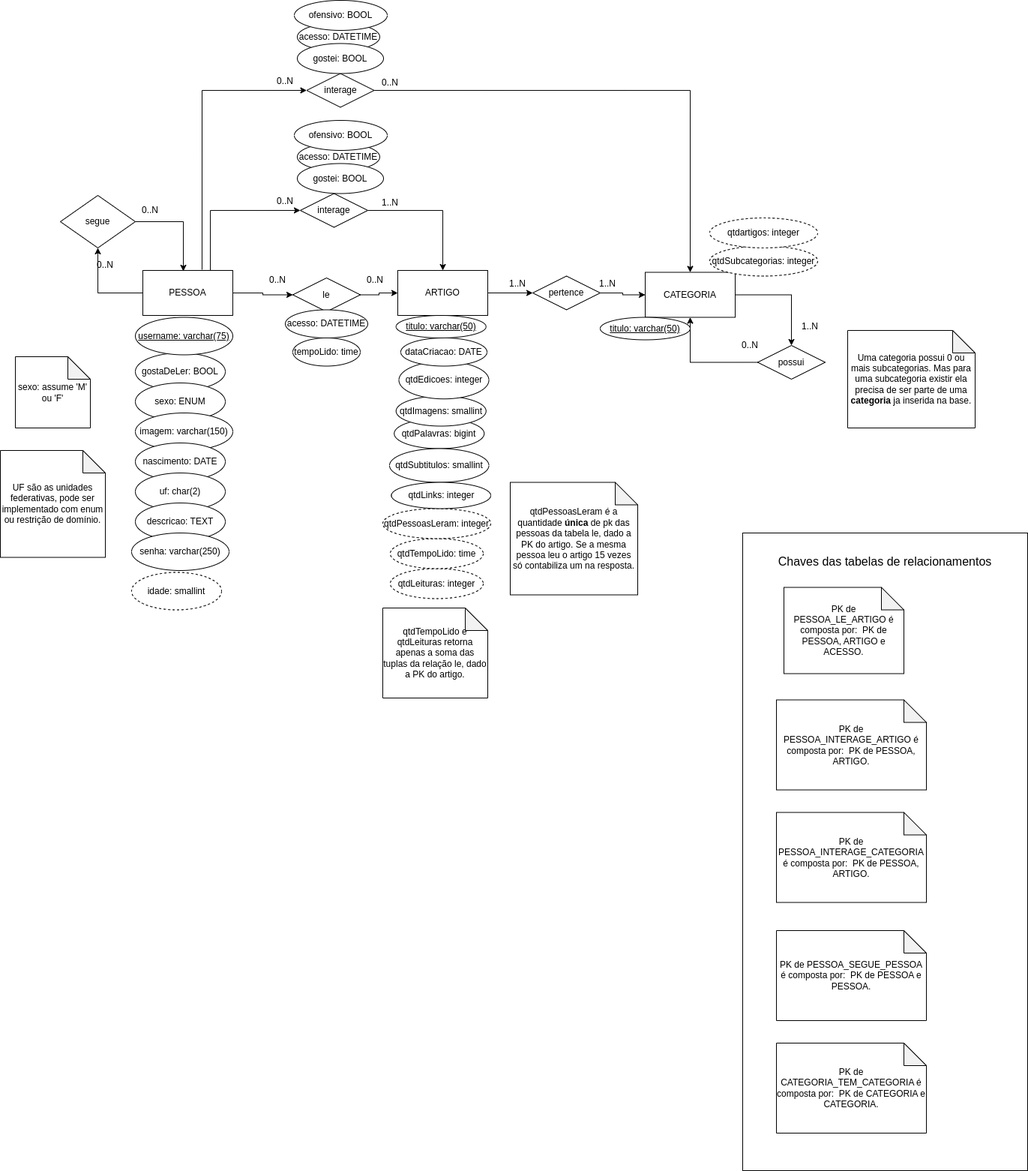
Earlier version of the draw.io export docs/imagens/NAO_DER.drawio.png (UnBParadigmas2022-2/2022.2_G2_Logico_InimigosDaIgnorancia). Source tidied: cells renumbered, new cells last; positions are measured from the earlier drawing's top-left corner, leaving out a move shared by most shapes.
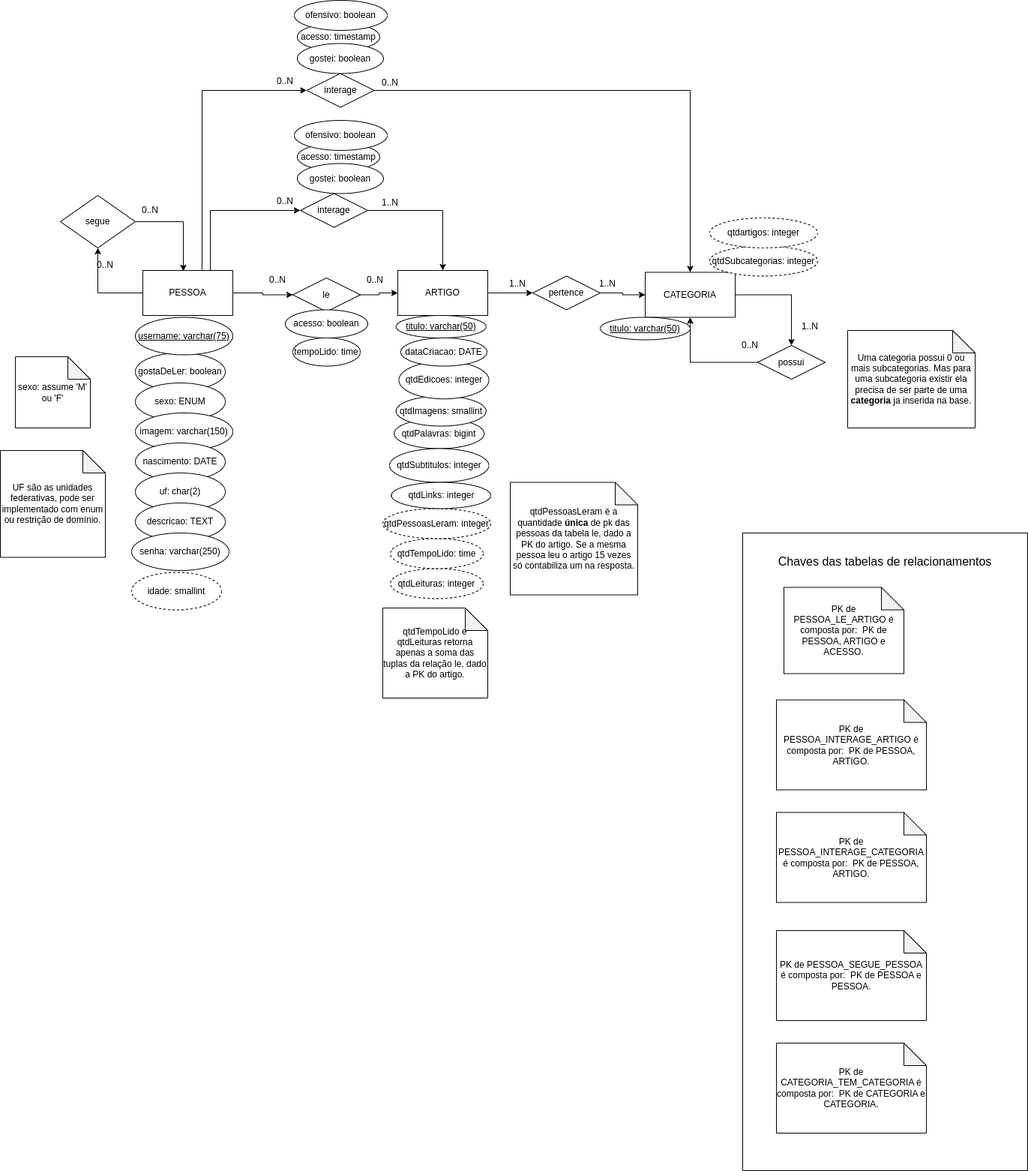
The same diagram one commit later.

Commit message:
Alteracoes no NAO_DER, Atributos: smallint (que nao idade) -> integer, DATETIME -> timestamp, BOOL -> boolean.

The edit, as a diff of the source:
```diff
@@ -2,10 +2,10 @@
   <root>
     <mxCell id="0" />
     <mxCell id="1" parent="0" />
-    <mxCell id="2" value="acesso: DATETIME" style="ellipse;whiteSpace=wrap;html=1;" parent="1" vertex="1">
+    <mxCell id="2" value="acesso: timestamp" style="ellipse;whiteSpace=wrap;html=1;" parent="1" vertex="1">
       <mxGeometry x="396" y="190" width="110" height="37.5" as="geometry" />
     </mxCell>
-    <mxCell id="3" value="acesso: DATETIME" style="ellipse;whiteSpace=wrap;html=1;" parent="1" vertex="1">
+    <mxCell id="3" value="acesso: timestamp" style="ellipse;whiteSpace=wrap;html=1;" parent="1" vertex="1">
       <mxGeometry x="396" y="30" width="110" height="37.5" as="geometry" />
     </mxCell>
     <mxCell id="4" style="rounded=0;whiteSpace=wrap;html=1;" parent="1" vertex="1">
@@ -23,7 +23,7 @@
     <mxCell id="8" value="PESSOA" style="rounded=0;whiteSpace=wrap;html=1;" parent="1" vertex="1">
       <mxGeometry x="190" y="360" width="120" height="60" as="geometry" />
     </mxCell>
-    <mxCell id="9" value="gostaDeLer: BOOL" style="ellipse;whiteSpace=wrap;html=1;" parent="1" vertex="1">
+    <mxCell id="9" value="gostaDeLer: boolean" style="ellipse;whiteSpace=wrap;html=1;" parent="1" vertex="1">
       <mxGeometry x="180" y="470" width="120" height="50" as="geometry" />
     </mxCell>
     <mxCell id="10" value="sexo: ENUM" style="ellipse;whiteSpace=wrap;html=1;" parent="1" vertex="1">
@@ -101,7 +101,7 @@
     <mxCell id="34" value="0..N" style="text;html=1;strokeColor=none;fillColor=none;align=center;verticalAlign=middle;whiteSpace=wrap;rounded=0;" parent="1" vertex="1">
       <mxGeometry x="360" y="362.5" width="20" height="20" as="geometry" />
     </mxCell>
-    <mxCell id="35" value="acesso: DATETIME" style="ellipse;whiteSpace=wrap;html=1;" parent="1" vertex="1">
+    <mxCell id="35" value="acesso: boolean" style="ellipse;whiteSpace=wrap;html=1;" parent="1" vertex="1">
       <mxGeometry x="380" y="412.5" width="110" height="37.5" as="geometry" />
     </mxCell>
     <mxCell id="36" value="tempoLido: time" style="ellipse;whiteSpace=wrap;html=1;" parent="1" vertex="1">
@@ -125,10 +125,10 @@
     <mxCell id="42" value="0..N" style="text;html=1;strokeColor=none;fillColor=none;align=center;verticalAlign=middle;whiteSpace=wrap;rounded=0;" parent="1" vertex="1">
       <mxGeometry x="370" y="257.5" width="20" height="20" as="geometry" />
     </mxCell>
-    <mxCell id="43" value="gostei: BOOL" style="ellipse;whiteSpace=wrap;html=1;" parent="1" vertex="1">
+    <mxCell id="43" value="gostei: boolean" style="ellipse;whiteSpace=wrap;html=1;" parent="1" vertex="1">
       <mxGeometry x="396" y="217.5" width="115" height="40" as="geometry" />
     </mxCell>
-    <mxCell id="44" value="ofensivo: BOOL" style="ellipse;whiteSpace=wrap;html=1;" parent="1" vertex="1">
+    <mxCell id="44" value="ofensivo: boolean" style="ellipse;whiteSpace=wrap;html=1;" parent="1" vertex="1">
       <mxGeometry x="392" y="160" width="124" height="40" as="geometry" />
     </mxCell>
     <mxCell id="45" style="edgeStyle=orthogonalEdgeStyle;rounded=0;jettySize=auto;html=1;exitX=0.658;exitY=-0.017;exitDx=0;exitDy=0;entryX=0;entryY=0.5;entryDx=0;entryDy=0;exitPerimeter=0;" parent="1" edge="1" source="8" target="47">
@@ -146,10 +146,10 @@
     <mxCell id="49" value="0..N" style="text;html=1;strokeColor=none;fillColor=none;align=center;verticalAlign=middle;whiteSpace=wrap;rounded=0;" parent="1" vertex="1">
       <mxGeometry x="370" y="97.5" width="20" height="20" as="geometry" />
     </mxCell>
-    <mxCell id="50" value="gostei: BOOL" style="ellipse;whiteSpace=wrap;html=1;" parent="1" vertex="1">
+    <mxCell id="50" value="gostei: boolean" style="ellipse;whiteSpace=wrap;html=1;" parent="1" vertex="1">
       <mxGeometry x="396" y="57.5" width="115" height="40" as="geometry" />
     </mxCell>
-    <mxCell id="51" value="ofensivo: BOOL" style="ellipse;whiteSpace=wrap;html=1;" parent="1" vertex="1">
+    <mxCell id="51" value="ofensivo: boolean" style="ellipse;whiteSpace=wrap;html=1;" parent="1" vertex="1">
       <mxGeometry x="392" width="124" height="40" as="geometry" />
     </mxCell>
     <mxCell id="52" value="qtdLeituras: integer" style="ellipse;whiteSpace=wrap;html=1;dashed=1;" parent="1" vertex="1">
@@ -167,7 +167,7 @@
     <mxCell id="56" value="qtdImagens: smallint" style="ellipse;whiteSpace=wrap;html=1;" parent="1" vertex="1">
       <mxGeometry x="527.8" y="527.5" width="120" height="40" as="geometry" />
     </mxCell>
-    <mxCell id="57" value="qtdSubtitulos: smallint" style="ellipse;whiteSpace=wrap;html=1;" parent="1" vertex="1">
+    <mxCell id="57" value="qtdSubtitulos: integer" style="ellipse;whiteSpace=wrap;html=1;" parent="1" vertex="1">
       <mxGeometry x="519" y="597.5" width="132.5" height="45" as="geometry" />
     </mxCell>
     <mxCell id="58" value="qtdEdicoes: integer" style="ellipse;whiteSpace=wrap;html=1;" parent="1" vertex="1">
```
